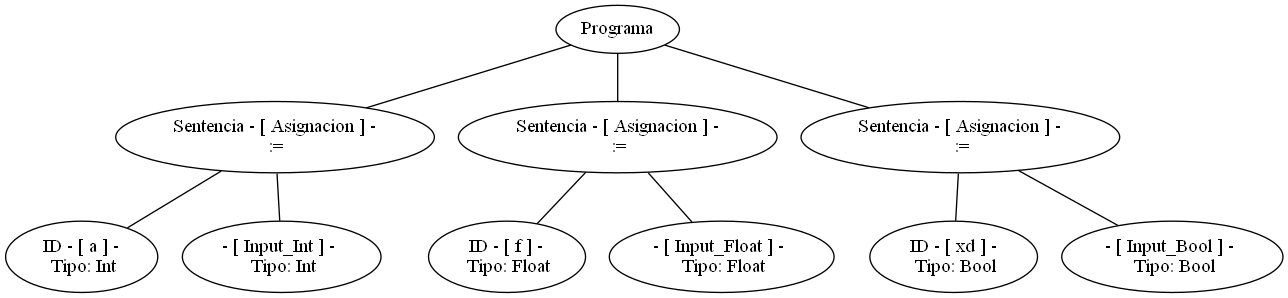
Before: arbol.png, a diagram exported from Graphviz (SantiPerez17/Compiladores). Its source is kept beside it as arbol.dot.
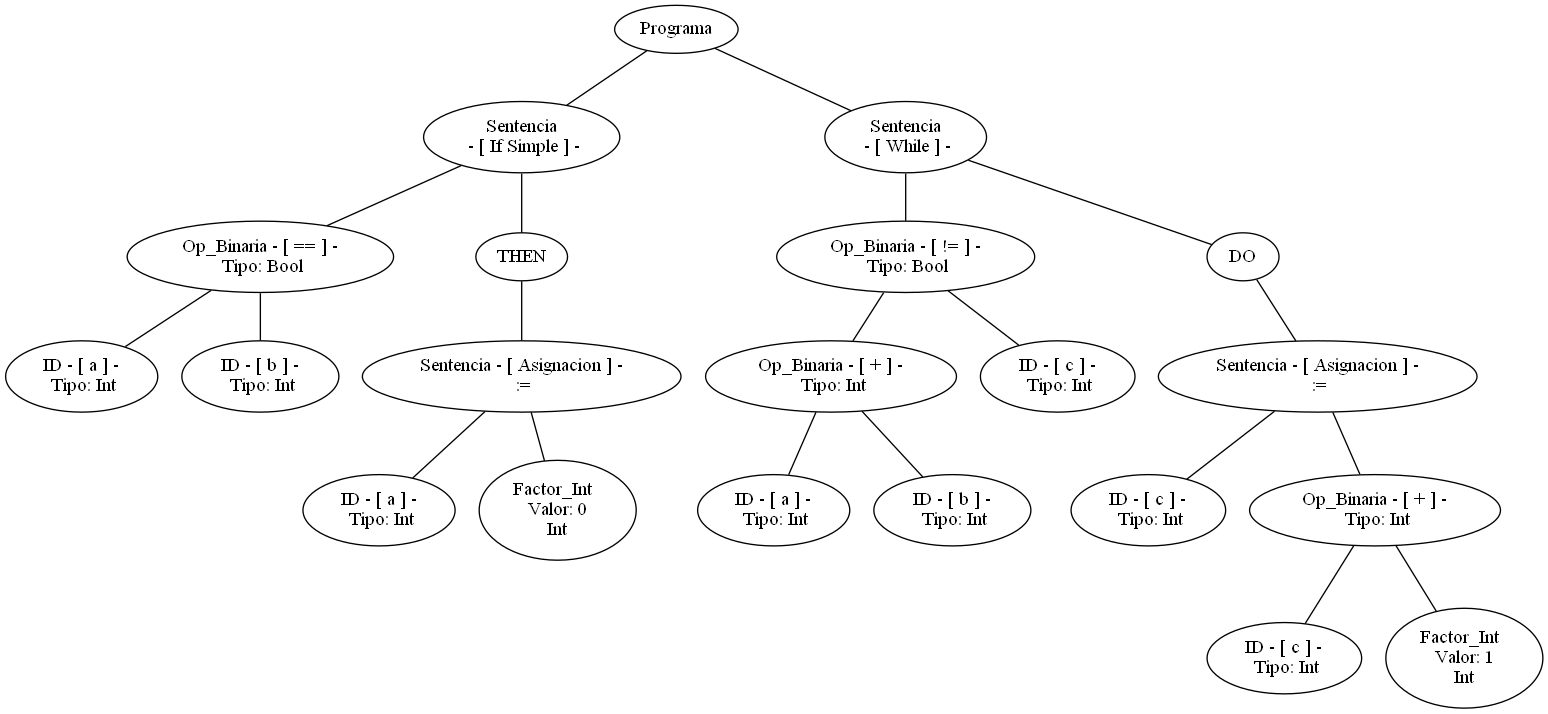
The same file after the commit.

The edit, as a diff of the source:
```diff
@@ -1,29 +1,62 @@
 graph G {nodo_programa[label="Programa"]
-nodo_1156641835[label="Sentencia - [ Asignacion ] -
+nodo_1163468963[label="Sentencia
+ - [ If Simple ] -"]
+nodo_programa--nodo_1163468963
+nodo_1865948896[label=" Op_Binaria - [ == ] -
+ Tipo: Bool"]
+nodo_1163468963--nodo_1865948896
+nodo_1506064222[label=" ID - [ a ] -
+ Tipo: Int"]
+nodo_1865948896--nodo_1506064222
+nodo_2115670593[label=" ID - [ b ] -
+ Tipo: Int"]
+nodo_1865948896--nodo_2115670593
+nodo_11634689631[label="THEN"]
+nodo_1163468963--nodo_11634689631
+nodo_321036101[label="Sentencia - [ Asignacion ] -
  :="]
-nodo_programa--nodo_1156641835
-nodo_895183079[label=" ID - [ a ] -
+nodo_11634689631--nodo_321036101
+nodo_2080064714[label=" ID - [ a ] -
  Tipo: Int"]
-nodo_1156641835--nodo_895183079
-nodo_1172452287[label="- [ Input_Int ] -
+nodo_321036101--nodo_2080064714
+nodo_21605442[label="Factor_Int
+ Valor: 0
+Int"]
+nodo_321036101--nodo_21605442
+nodo_665335669[label="Sentencia
+ - [ While ] -"]
+nodo_programa--nodo_665335669
+nodo_254023212[label=" Op_Binaria - [ != ] -
+ Tipo: Bool"]
+nodo_665335669--nodo_254023212
+nodo_1594045449[label=" Op_Binaria - [ + ] -
  Tipo: Int"]
-nodo_1156641835--nodo_1172452287
-nodo_666536690[label="Sentencia - [ Asignacion ] -
+nodo_254023212--nodo_1594045449
+nodo_1116096506[label=" ID - [ a ] -
+ Tipo: Int"]
+nodo_1594045449--nodo_1116096506
+nodo_904048263[label=" ID - [ b ] -
+ Tipo: Int"]
+nodo_1594045449--nodo_904048263
+nodo_801771421[label=" ID - [ c ] -
+ Tipo: Int"]
+nodo_254023212--nodo_801771421
+nodo_6653356691[label="DO"]
+nodo_665335669--nodo_6653356691
+nodo_1328434004[label="Sentencia - [ Asignacion ] -
  :="]
-nodo_programa--nodo_666536690
-nodo_880151237[label=" ID - [ f ] -
- Tipo: Float"]
-nodo_666536690--nodo_880151237
-nodo_1832467683[label="- [ Input_Float ] -
- Tipo: Float"]
-nodo_666536690--nodo_1832467683
-nodo_597093207[label="Sentencia - [ Asignacion ] -
- :="]
-nodo_programa--nodo_597093207
-nodo_1700537914[label=" ID - [ xd ] -
- Tipo: Bool"]
-nodo_597093207--nodo_1700537914
-nodo_1351091886[label="- [ Input_Bool ] -
- Tipo: Bool"]
-nodo_597093207--nodo_1351091886
+nodo_6653356691--nodo_1328434004
+nodo_1524143255[label=" ID - [ c ] -
+ Tipo: Int"]
+nodo_1328434004--nodo_1524143255
+nodo_1620354076[label=" Op_Binaria - [ + ] -
+ Tipo: Int"]
+nodo_1328434004--nodo_1620354076
+nodo_1886209714[label=" ID - [ c ] -
+ Tipo: Int"]
+nodo_1620354076--nodo_1886209714
+nodo_906528714[label="Factor_Int
+ Valor: 1
+Int"]
+nodo_1620354076--nodo_906528714
 }
```
